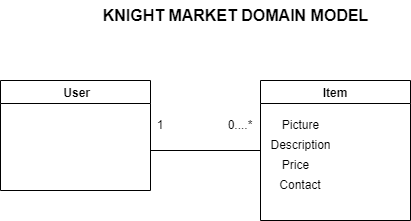
The draw.io diagram knightMarket_domainModel.png in Cs262-BASSH/Project, before a commit. Source tidied: cells renumbered, new cells last; positions are measured from the earlier drawing's top-left corner, leaving out a move shared by most shapes.
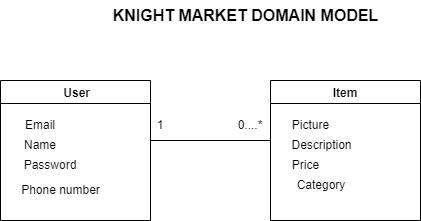
After the change.

Commit message:
Update Domain Model

Change to the diagram source:
```diff
@@ -3,16 +3,20 @@
     <mxCell id="0" style="html=1;" />
     <mxCell id="1" style="html=1;" parent="0" />
     <mxCell id="2" value=" User" style="swimlane;" parent="1" vertex="1">
-      <mxGeometry y="80" width="150" height="110" as="geometry" />
+      <mxGeometry x="-10" y="80" width="150" height="140" as="geometry" />
     </mxCell>
-    <mxCell id="3" style="endArrow=none;html=1;rounded=0;" parent="1" edge="1" target="x">
-      <mxGeometry relative="1" as="geometry">
-        <mxPoint x="35.3" y="240" as="sourcePoint" />
-        <Array as="points">
-          <mxPoint x="80" y="190" />
-        </Array>
-      </mxGeometry>
-    </mxCell>
+    <mxCell id="13" value="Email" style="text;html=1;strokeColor=none;fillColor=none;align=center;verticalAlign=middle;whiteSpace=wrap;rounded=0;" parent="2" vertex="1">
+      <mxGeometry x="10" y="30" width="60" height="30" as="geometry" />
+    </mxCell>
+    <mxCell id="14" value="Name" style="text;html=1;strokeColor=none;fillColor=none;align=center;verticalAlign=middle;whiteSpace=wrap;rounded=0;" parent="2" vertex="1">
+      <mxGeometry x="10" y="50" width="60" height="30" as="geometry" />
+    </mxCell>
+    <mxCell id="15" value="Password" style="text;html=1;strokeColor=none;fillColor=none;align=center;verticalAlign=middle;whiteSpace=wrap;rounded=0;" parent="2" vertex="1">
+      <mxGeometry x="20" y="70" width="60" height="30" as="geometry" />
+    </mxCell>
+    <mxCell id="16" value="Phone number" style="text;html=1;align=center;verticalAlign=middle;strokeColor=none;fillColor=none;" parent="2" vertex="1">
+      <mxGeometry x="10" y="95" width="100" height="30" as="geometry" />
+    </mxCell>
     <mxCell id="4" value="Item" style="swimlane;startSize=23;" parent="1" vertex="1">
       <mxGeometry x="260" y="80" width="150" height="140" as="geometry" />
     </mxCell>
@@ -20,13 +24,13 @@
       <mxGeometry x="10" y="30" width="60" height="30" as="geometry" />
     </mxCell>
     <mxCell id="6" value="Description" style="text;html=1;align=center;verticalAlign=middle;strokeColor=none;fillColor=none;" parent="4" vertex="1">
-      <mxGeometry y="50" width="80" height="30" as="geometry" />
+      <mxGeometry x="11" y="50" width="80" height="30" as="geometry" />
     </mxCell>
     <mxCell id="7" value="Price" style="text;html=1;align=center;verticalAlign=middle;strokeColor=none;fillColor=none;" parent="4" vertex="1">
       <mxGeometry x="10" y="70" width="50" height="30" as="geometry" />
     </mxCell>
-    <mxCell id="8" value="Contact" style="text;html=1;strokeColor=none;fillColor=none;align=center;verticalAlign=middle;whiteSpace=wrap;rounded=0;" parent="4" vertex="1">
-      <mxGeometry x="10" y="90" width="60" height="30" as="geometry" />
+    <mxCell id="8" value="Category" style="text;html=1;strokeColor=none;fillColor=none;align=center;verticalAlign=middle;whiteSpace=wrap;rounded=0;" parent="4" vertex="1">
+      <mxGeometry x="21" y="90" width="60" height="30" as="geometry" />
     </mxCell>
     <mxCell id="9" value="KNIGHT MARKET DOMAIN MODEL" style="text;html=1;align=center;verticalAlign=middle;strokeColor=none;fillColor=none;fontStyle=1;fontSize=16;" parent="1" vertex="1">
       <mxGeometry x="90" width="290" height="30" as="geometry" />
@@ -35,12 +39,13 @@
       <mxGeometry x="210" y="110" width="60" height="30" as="geometry" />
     </mxCell>
     <mxCell id="11" value="1" style="text;html=1;strokeColor=none;fillColor=none;align=center;verticalAlign=middle;whiteSpace=wrap;rounded=0;fontSize=12;" parent="1" vertex="1">
-      <mxGeometry x="130" y="110" width="60" height="30" as="geometry" />
+      <mxGeometry x="120" y="110" width="60" height="30" as="geometry" />
     </mxCell>
-    <mxCell id="12" style="endArrow=none;html=1;rounded=0;entryX=0;entryY=0.5;entryDx=0;entryDy=0;" parent="1" edge="1" target="4">
-      <mxGeometry relative="1" as="geometry">
-        <mxPoint x="150" y="150" as="sourcePoint" />
-      </mxGeometry>
-    </mxCell>
+    <mxCell id="17" style="endArrow=none;html=1;rounded=0;" parent="1" edge="1">
+      <mxGeometry relative="1" as="geometry">
+        <mxPoint x="140" y="140" as="sourcePoint" />
+        <mxPoint x="260" y="140" as="targetPoint" />
+      </mxGeometry>
+    </mxCell>
   </root>
 </mxGraphModel>
```
